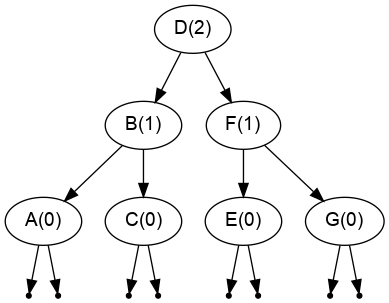
This is bst.dot.png from jeffknerr/avlbst, a Graphviz export, as it was before one commit. Its source is kept beside it as bst.dot.
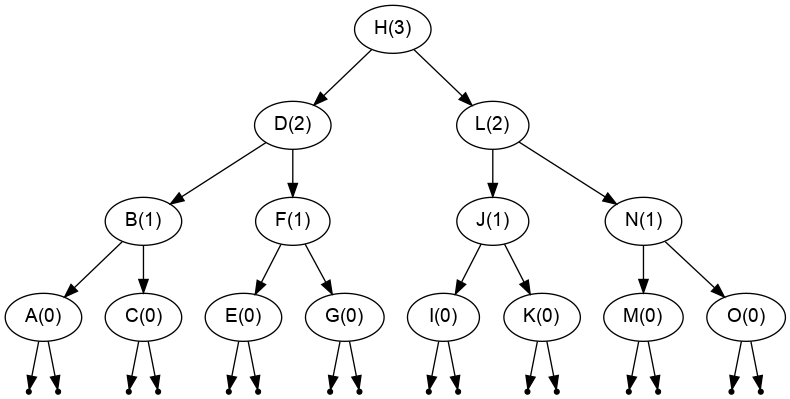
Later version of the same file.

The edit, as a diff of the source:
```diff
@@ -1,5 +1,6 @@
 digraph BST {
    node [fontname="Arial"];
+   "H(3)" -> "D(2)" ;
    "D(2)" -> "B(1)" ;
    "B(1)" -> "A(0)" ;
    null1 [shape=point];
@@ -22,4 +23,27 @@
    "G(0)" -> null7;
    null8 [shape=point];
    "G(0)" -> null8;
+   "H(3)" -> "L(2)" ;
+   "L(2)" -> "J(1)" ;
+   "J(1)" -> "I(0)" ;
+   null9 [shape=point];
+   "I(0)" -> null9;
+   null10 [shape=point];
+   "I(0)" -> null10;
+   "J(1)" -> "K(0)" ;
+   null11 [shape=point];
+   "K(0)" -> null11;
+   null12 [shape=point];
+   "K(0)" -> null12;
+   "L(2)" -> "N(1)" ;
+   "N(1)" -> "M(0)" ;
+   null13 [shape=point];
+   "M(0)" -> null13;
+   null14 [shape=point];
+   "M(0)" -> null14;
+   "N(1)" -> "O(0)" ;
+   null15 [shape=point];
+   "O(0)" -> null15;
+   null16 [shape=point];
+   "O(0)" -> null16;
 }
```
